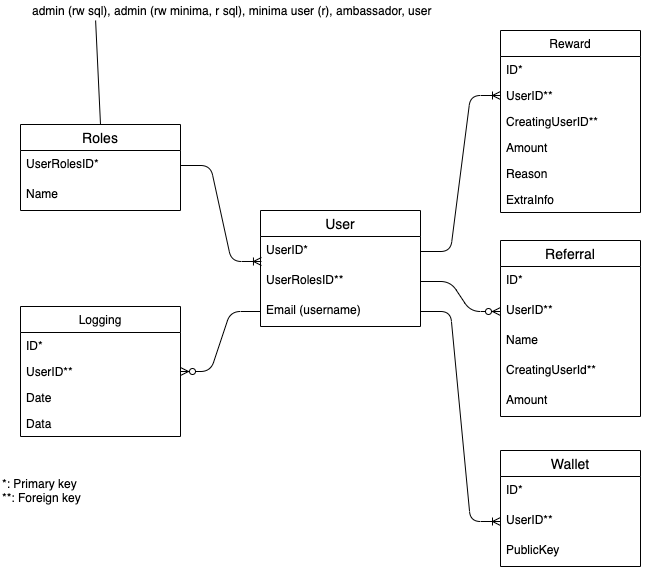
The draw.io diagram docs/images/dbase.png in minima-global/incentivecash, before a commit. Source tidied: cells renumbered, new cells last; positions are measured from the earlier drawing's top-left corner, leaving out a move shared by most shapes.
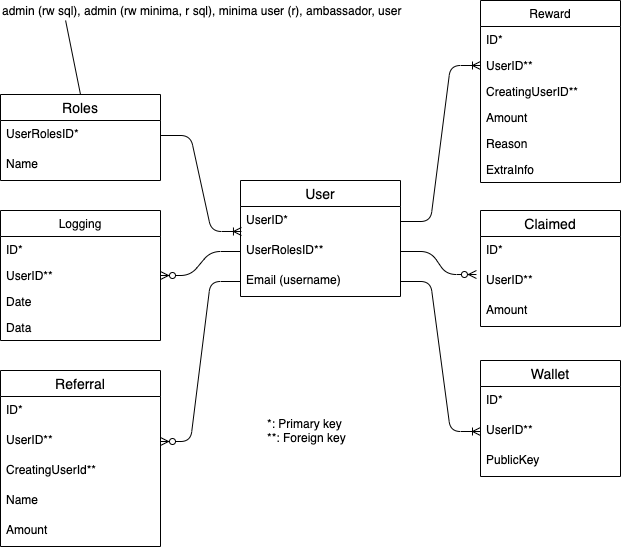
Above is the later version.

Commit message:
dbase design

The edit, as a diff of the source:
```diff
@@ -45,7 +45,7 @@
       <mxGeometry y="156" width="140" height="26" as="geometry" />
     </mxCell>
     <mxCell id="16" value="Logging" style="swimlane;fontStyle=0;horizontal=1;startSize=26;fillColor=none;" parent="1" vertex="1">
-      <mxGeometry x="20" y="306" width="160" height="130" as="geometry" />
+      <mxGeometry x="20" y="240" width="160" height="130" as="geometry" />
     </mxCell>
     <mxCell id="17" value="ID*" style="text;strokeColor=none;fillColor=none;align=left;verticalAlign=top;spacingLeft=4;spacingRight=4;overflow=hidden;" parent="16" vertex="1">
       <mxGeometry y="26" width="160" height="26" as="geometry" />
@@ -59,31 +59,31 @@
     <mxCell id="20" value="Data" style="text;strokeColor=none;fillColor=none;align=left;verticalAlign=top;spacingLeft=4;spacingRight=4;overflow=hidden;" parent="16" vertex="1">
       <mxGeometry y="104" width="160" height="26" as="geometry" />
     </mxCell>
-    <mxCell id="21" style="edgeStyle=entityRelationEdgeStyle;fontSize=12;html=1;endArrow=ERzeroToMany;endFill=1;entryX=1;entryY=0.5;entryDx=0;entryDy=0;exitX=0;exitY=0.5;exitDx=0;exitDy=0;" parent="1" edge="1" source="5" target="18">
+    <mxCell id="21" style="edgeStyle=entityRelationEdgeStyle;fontSize=12;html=1;endArrow=ERzeroToMany;endFill=1;entryX=1;entryY=0.5;entryDx=0;entryDy=0;exitX=0;exitY=0.5;exitDx=0;exitDy=0;" parent="1" edge="1" source="4" target="18">
       <mxGeometry relative="1" as="geometry" />
     </mxCell>
     <mxCell id="22" value="admin (rw sql), admin (rw minima, r sql), minima user (r), ambassador, user&amp;nbsp;" style="text;html=1;align=left;verticalAlign=middle;points=[];" parent="1" vertex="1">
-      <mxGeometry x="30" width="420" height="20" as="geometry" />
+      <mxGeometry x="20" y="30" width="420" height="20" as="geometry" />
     </mxCell>
     <mxCell id="23" value="Referral" style="swimlane;fontStyle=0;horizontal=1;startSize=26;align=center;fontSize=14;" parent="1" vertex="1">
-      <mxGeometry x="500" y="240" width="140" height="176" as="geometry" />
+      <mxGeometry x="20" y="400" width="160" height="176" as="geometry" />
     </mxCell>
     <mxCell id="24" value="ID*" style="text;strokeColor=none;fillColor=none;spacingLeft=4;spacingRight=4;overflow=hidden;fontSize=12;" parent="23" vertex="1">
-      <mxGeometry y="26" width="140" height="30" as="geometry" />
+      <mxGeometry y="26" width="160" height="30" as="geometry" />
     </mxCell>
     <mxCell id="25" value="UserID**" style="text;strokeColor=none;fillColor=none;spacingLeft=4;spacingRight=4;overflow=hidden;points=[[0,0.5],[1,0.5]];portConstraint=eastwest;fontSize=12;" parent="23" vertex="1">
-      <mxGeometry y="56" width="140" height="30" as="geometry" />
+      <mxGeometry y="56" width="160" height="30" as="geometry" />
     </mxCell>
+    <mxCell id="27" value="CreatingUserId**" style="text;strokeColor=none;fillColor=none;spacingLeft=4;spacingRight=4;overflow=hidden;fontSize=12;" parent="23" vertex="1">
+      <mxGeometry y="86" width="160" height="30" as="geometry" />
+    </mxCell>
     <mxCell id="26" value="Name" style="text;strokeColor=none;fillColor=none;spacingLeft=4;spacingRight=4;overflow=hidden;fontSize=12;" parent="23" vertex="1">
-      <mxGeometry y="86" width="140" height="30" as="geometry" />
+      <mxGeometry y="116" width="160" height="30" as="geometry" />
     </mxCell>
-    <mxCell id="27" value="CreatingUserId**" style="text;strokeColor=none;fillColor=none;spacingLeft=4;spacingRight=4;overflow=hidden;fontSize=12;" parent="23" vertex="1">
-      <mxGeometry y="116" width="140" height="30" as="geometry" />
-    </mxCell>
     <mxCell id="28" value="Amount" style="text;strokeColor=none;fillColor=none;spacingLeft=4;spacingRight=4;overflow=hidden;fontSize=12;" parent="23" vertex="1">
-      <mxGeometry y="146" width="140" height="30" as="geometry" />
+      <mxGeometry y="146" width="160" height="30" as="geometry" />
     </mxCell>
-    <mxCell id="29" style="edgeStyle=entityRelationEdgeStyle;fontSize=12;html=1;endArrow=ERzeroToMany;endFill=1;entryX=0;entryY=0.5;entryDx=0;entryDy=0;exitX=1;exitY=0.5;exitDx=0;exitDy=0;" parent="1" edge="1" source="4" target="25">
+    <mxCell id="29" style="edgeStyle=entityRelationEdgeStyle;fontSize=12;html=1;endArrow=ERzeroToMany;endFill=1;entryX=1;entryY=0.5;entryDx=0;entryDy=0;exitX=0;exitY=0.5;exitDx=0;exitDy=0;" parent="1" edge="1" source="5" target="25">
       <mxGeometry relative="1" as="geometry" />
     </mxCell>
     <mxCell id="30" style="endArrow=none;html=1;exitX=0.5;exitY=0;exitDx=0;exitDy=0;entryX=0.155;entryY=1;entryDx=0;entryDy=0;entryPerimeter=0;" parent="1" edge="1" source="6" target="22">
@@ -96,10 +96,10 @@
       <mxGeometry relative="1" as="geometry" />
     </mxCell>
     <mxCell id="33" value="*: Primary key&lt;br&gt;**: Foreign key" style="text;html=1;strokeColor=none;fillColor=none;align=left;verticalAlign=middle;whiteSpace=wrap;rounded=0;" parent="1" vertex="1">
-      <mxGeometry y="480" width="110" height="20" as="geometry" />
+      <mxGeometry x="285" y="450" width="110" height="20" as="geometry" />
     </mxCell>
     <mxCell id="34" value="Wallet" style="swimlane;fontStyle=0;horizontal=1;startSize=26;align=center;fontSize=14;" parent="1" vertex="1">
-      <mxGeometry x="500" y="450" width="140" height="116" as="geometry" />
+      <mxGeometry x="500" y="390" width="140" height="116" as="geometry" />
     </mxCell>
     <mxCell id="35" value="ID*" style="text;strokeColor=none;fillColor=none;spacingLeft=4;spacingRight=4;overflow=hidden;fontSize=12;" parent="34" vertex="1">
       <mxGeometry y="26" width="140" height="30" as="geometry" />
@@ -116,5 +116,20 @@
     <mxCell id="39" style="edgeStyle=entityRelationEdgeStyle;fontSize=12;html=1;endArrow=ERoneToMany;entryX=0;entryY=0.5;entryDx=0;entryDy=0;exitX=1;exitY=0.5;exitDx=0;exitDy=0;" parent="1" edge="1" source="5" target="36">
       <mxGeometry relative="1" as="geometry" />
     </mxCell>
+    <mxCell id="40" value="Claimed" style="swimlane;fontStyle=0;horizontal=1;startSize=26;align=center;fontSize=14;" parent="1" vertex="1">
+      <mxGeometry x="500" y="240" width="140" height="116" as="geometry" />
+    </mxCell>
+    <mxCell id="41" value="ID*" style="text;strokeColor=none;fillColor=none;spacingLeft=4;spacingRight=4;overflow=hidden;fontSize=12;" parent="40" vertex="1">
+      <mxGeometry y="26" width="140" height="30" as="geometry" />
+    </mxCell>
+    <mxCell id="42" value="UserID**" style="text;strokeColor=none;fillColor=none;spacingLeft=4;spacingRight=4;overflow=hidden;points=[[0,0.5],[1,0.5]];portConstraint=eastwest;fontSize=12;" parent="40" vertex="1">
+      <mxGeometry y="56" width="140" height="30" as="geometry" />
+    </mxCell>
+    <mxCell id="43" value="Amount" style="text;strokeColor=none;fillColor=none;spacingLeft=4;spacingRight=4;overflow=hidden;fontSize=12;" parent="40" vertex="1">
+      <mxGeometry y="86" width="140" height="30" as="geometry" />
+    </mxCell>
+    <mxCell id="44" style="edgeStyle=entityRelationEdgeStyle;fontSize=12;html=1;endArrow=ERzeroToMany;endFill=1;entryX=-0.029;entryY=0.267;entryDx=0;entryDy=0;entryPerimeter=0;exitX=1;exitY=0.5;exitDx=0;exitDy=0;" parent="1" edge="1" source="4" target="42">
+      <mxGeometry relative="1" as="geometry" />
+    </mxCell>
   </root>
 </mxGraphModel>
```
